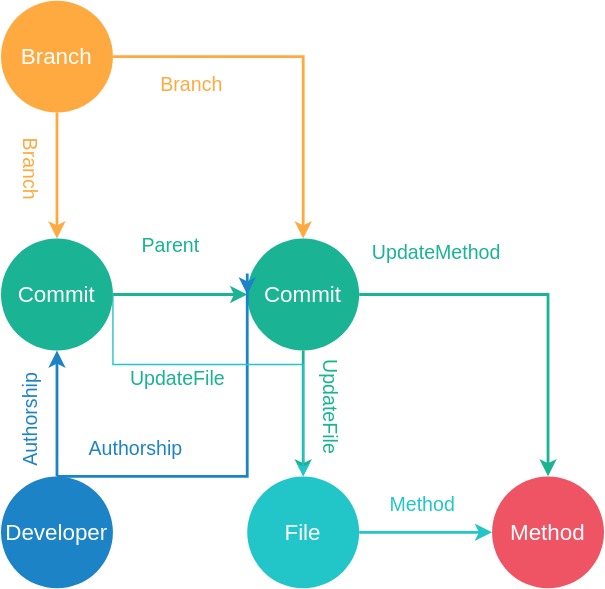
Earlier version of the draw.io export docs/source/GraphRepoDS.svg (xserban/GraphRepo). Source tidied: cells renumbered, new cells last; positions are measured from the earlier drawing's top-left corner, leaving out a move shared by most shapes. The source it was exported from:
```xml
<mxGraphModel>
  <root>
    <mxCell id="0" />
    <mxCell id="1" parent="0" />
    <mxCell id="2" style="edgeStyle=orthogonalEdgeStyle;rounded=0;jettySize=auto;html=1;exitX=1;exitY=0.5;exitDx=0;exitDy=0;strokeWidth=2;fontSize=16;fontColor=#999999;strokeColor=#1AB394;" parent="1" edge="1" source="21" target="13">
      <mxGeometry relative="1" as="geometry" />
    </mxCell>
    <mxCell id="3" style="edgeStyle=orthogonalEdgeStyle;rounded=0;jettySize=auto;html=1;exitX=0.5;exitY=0;exitDx=0;exitDy=0;fontSize=16;fontColor=#FFFFFF;strokeWidth=2;strokeColor=#1C84C6;" parent="1" edge="1" source="4" target="21">
      <mxGeometry relative="1" as="geometry" />
    </mxCell>
    <mxCell id="4" value="Developer" style="ellipse;whiteSpace=wrap;html=1;strokeColor=none;fillColor=#1C84C6;fontSize=16;fontColor=#FFFFFF;" parent="1" vertex="1">
      <mxGeometry x="19" y="340" width="80" height="80" as="geometry" />
    </mxCell>
    <mxCell id="5" style="edgeStyle=orthogonalEdgeStyle;rounded=0;jettySize=auto;html=1;exitX=1;exitY=0.5;exitDx=0;exitDy=0;strokeColor=#23C6C8;strokeWidth=2;" parent="1" edge="1" source="6" target="7">
      <mxGeometry relative="1" as="geometry" />
    </mxCell>
    <mxCell id="6" value="File" style="ellipse;whiteSpace=wrap;html=1;fillColor=#23C6C8;strokeColor=none;fontSize=16;fontColor=#FFFFFF;" parent="1" vertex="1">
      <mxGeometry x="195" y="340" width="80" height="80" as="geometry" />
    </mxCell>
    <mxCell id="7" value="Method" style="ellipse;whiteSpace=wrap;html=1;fillColor=#EE5464;strokeColor=none;fontSize=16;fontColor=#FFFFFF;flipV=1;flipH=0;" parent="1" vertex="1">
      <mxGeometry x="370" y="340" width="80" height="80" as="geometry" />
    </mxCell>
    <mxCell id="8" style="edgeStyle=orthogonalEdgeStyle;rounded=0;jettySize=auto;html=1;fontSize=16;fontColor=#FFFFFF;strokeWidth=2;strokeColor=#FFAA40;" parent="1" edge="1" source="10" target="21">
      <mxGeometry relative="1" as="geometry" />
    </mxCell>
    <mxCell id="9" style="edgeStyle=orthogonalEdgeStyle;rounded=0;jettySize=auto;html=1;exitX=1;exitY=0.5;exitDx=0;exitDy=0;strokeWidth=2;fontSize=16;fontColor=#999999;strokeColor=#FFAA40;" parent="1" edge="1" source="10" target="13">
      <mxGeometry relative="1" as="geometry" />
    </mxCell>
    <mxCell id="10" value="Branch" style="ellipse;whiteSpace=wrap;html=1;fillColor=#FFAA40;strokeColor=none;fontSize=16;fontColor=#FFFFFF;" parent="1" vertex="1">
      <mxGeometry x="19" width="80" height="80" as="geometry" />
    </mxCell>
    <mxCell id="11" style="edgeStyle=orthogonalEdgeStyle;rounded=0;jettySize=auto;html=1;exitX=1;exitY=0.5;exitDx=0;exitDy=0;fontSize=16;fontColor=#FFFFFF;strokeWidth=2;strokeColor=#1AB394;" parent="1" edge="1" source="13" target="7">
      <mxGeometry relative="1" as="geometry" />
    </mxCell>
    <mxCell id="12" style="edgeStyle=orthogonalEdgeStyle;rounded=0;jettySize=auto;html=1;exitX=0.5;exitY=1;exitDx=0;exitDy=0;strokeColor=#1AB394;strokeWidth=2;fontSize=16;fontColor=#999999;" parent="1" edge="1" source="13" target="6">
      <mxGeometry relative="1" as="geometry" />
    </mxCell>
    <mxCell id="13" value="Commit" style="ellipse;whiteSpace=wrap;html=1;strokeColor=none;fillColor=#1AB394;fontSize=16;fontColor=#FFFFFF;flipV=1;flipH=0;" parent="1" vertex="1">
      <mxGeometry x="195" y="170" width="80" height="80" as="geometry" />
    </mxCell>
    <mxCell id="14" value="&lt;font style=&quot;font-size: 14px;&quot;&gt;Authorship&lt;/font&gt;" style="text;html=1;align=center;verticalAlign=middle;points=[];fontSize=14;fontColor=#1C84C6;rotation=-90;" parent="1" vertex="1">
      <mxGeometry y="290" width="80" height="20" as="geometry" />
    </mxCell>
    <mxCell id="15" style="edgeStyle=orthogonalEdgeStyle;rounded=0;jettySize=auto;html=1;entryX=0;entryY=0.5;entryDx=0;entryDy=0;strokeColor=#1C84C6;strokeWidth=2;fontSize=16;fontColor=#999999;exitX=0.5;exitY=0;exitDx=0;exitDy=0;" parent="1" edge="1" source="4" target="13">
      <mxGeometry relative="1" as="geometry">
        <Array as="points">
          <mxPoint x="195" y="340" />
          <mxPoint x="195" y="195" />
        </Array>
      </mxGeometry>
    </mxCell>
    <mxCell id="16" value="&lt;font style=&quot;font-size: 14px;&quot;&gt;Authorship&lt;/font&gt;" style="text;html=1;align=center;verticalAlign=middle;fontSize=14;fontColor=#1C84C6;rotation=0;" parent="1" vertex="1">
      <mxGeometry x="75" y="310" width="80" height="20" as="geometry" />
    </mxCell>
    <mxCell id="17" value="&lt;font style=&quot;font-size: 14px;&quot;&gt;Parent&lt;/font&gt;" style="text;html=1;align=center;verticalAlign=middle;fontSize=14;fontColor=#1AB394;rotation=0;strokeColor=none;" parent="1" vertex="1">
      <mxGeometry x="110" y="165" width="60" height="20" as="geometry" />
    </mxCell>
    <mxCell id="18" value="&lt;font style=&quot;font-size: 14px;&quot;&gt;Branch&lt;/font&gt;" style="text;html=1;align=center;verticalAlign=middle;fontSize=14;fontColor=#FFAA40;rotation=0;" parent="1" vertex="1">
      <mxGeometry x="125" y="50" width="60" height="20" as="geometry" />
    </mxCell>
    <mxCell id="19" value="&lt;font style=&quot;font-size: 14px;&quot;&gt;Branch&lt;/font&gt;" style="text;html=1;align=center;verticalAlign=middle;points=[];fontSize=14;fontColor=#FFAA40;rotation=90;" parent="1" vertex="1">
      <mxGeometry x="10" y="110" width="60" height="20" as="geometry" />
    </mxCell>
    <mxCell id="20" style="edgeStyle=orthogonalEdgeStyle;rounded=0;jettySize=auto;html=1;exitX=1;exitY=0.5;exitDx=0;exitDy=0;startArrow=none;startFill=0;strokeColor=#23C6C8;strokeWidth=1;fontSize=14;" parent="1" edge="1" source="21" target="6">
      <mxGeometry relative="1" as="geometry">
        <Array as="points">
          <mxPoint x="99" y="260" />
          <mxPoint x="235" y="260" />
        </Array>
      </mxGeometry>
    </mxCell>
    <mxCell id="21" value="Commit" style="ellipse;whiteSpace=wrap;html=1;fillColor=#1AB394;strokeColor=none;fontSize=16;fontColor=#FFFFFF;flipV=1;flipH=0;" parent="1" vertex="1">
      <mxGeometry x="19" y="170" width="80" height="80" as="geometry" />
    </mxCell>
    <mxCell id="22" value="UpdateFile" style="text;html=1;align=center;verticalAlign=middle;fontSize=14;fontColor=#1AB394;strokeColor=none;" parent="1" vertex="1">
      <mxGeometry x="105" y="260" width="80" height="20" as="geometry" />
    </mxCell>
    <mxCell id="23" value="UpdateFile" style="text;html=1;align=center;verticalAlign=middle;fontSize=14;fontColor=#1AB394;rotation=90;strokeColor=none;" parent="1" vertex="1">
      <mxGeometry x="215" y="280" width="80" height="20" as="geometry" />
    </mxCell>
    <mxCell id="24" value="UpdateMethod" style="text;html=1;align=center;verticalAlign=middle;fontSize=14;fontColor=#1AB394;strokeColor=none;" parent="1" vertex="1">
      <mxGeometry x="275" y="170" width="110" height="20" as="geometry" />
    </mxCell>
    <mxCell id="25" value="Method" style="text;html=1;align=center;verticalAlign=middle;fontSize=14;fontColor=#23C6C8;rotation=0;" parent="1" vertex="1">
      <mxGeometry x="290" y="350" width="60" height="20" as="geometry" />
    </mxCell>
  </root>
</mxGraphModel>
```
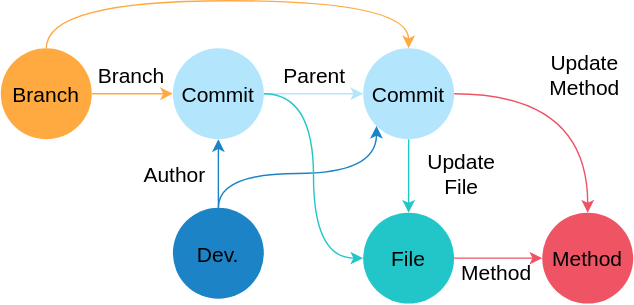
After the commit.

Change to the diagram source:
```diff
@@ -2,87 +2,73 @@
   <root>
     <mxCell id="0" />
     <mxCell id="1" parent="0" />
-    <mxCell id="2" style="edgeStyle=orthogonalEdgeStyle;rounded=0;jettySize=auto;html=1;exitX=1;exitY=0.5;exitDx=0;exitDy=0;strokeWidth=2;fontSize=16;fontColor=#999999;strokeColor=#1AB394;" parent="1" edge="1" source="21" target="13">
+    <mxCell id="2" style="edgeStyle=orthogonalEdgeStyle;rounded=0;jettySize=auto;html=1;exitX=1;exitY=0.5;exitDx=0;exitDy=0;strokeWidth=1;fontSize=15;fontColor=#000000;strokeColor=#B3E5FC;" parent="1" edge="1" source="19" target="14">
       <mxGeometry relative="1" as="geometry" />
     </mxCell>
-    <mxCell id="3" style="edgeStyle=orthogonalEdgeStyle;rounded=0;jettySize=auto;html=1;exitX=0.5;exitY=0;exitDx=0;exitDy=0;fontSize=16;fontColor=#FFFFFF;strokeWidth=2;strokeColor=#1C84C6;" parent="1" edge="1" source="4" target="21">
+    <mxCell id="3" style="edgeStyle=orthogonalEdgeStyle;rounded=0;jettySize=auto;html=1;exitX=0.5;exitY=0;exitDx=0;exitDy=0;fontSize=15;fontColor=#000000;strokeWidth=1;strokeColor=#1C84C6;" parent="1" edge="1" source="5" target="19">
       <mxGeometry relative="1" as="geometry" />
     </mxCell>
-    <mxCell id="4" value="Developer" style="ellipse;whiteSpace=wrap;html=1;strokeColor=none;fillColor=#1C84C6;fontSize=16;fontColor=#FFFFFF;" parent="1" vertex="1">
-      <mxGeometry x="19" y="340" width="80" height="80" as="geometry" />
+    <mxCell id="4" style="edgeStyle=orthogonalEdgeStyle;curved=1;jettySize=auto;html=1;exitX=0.5;exitY=0;exitDx=0;exitDy=0;entryX=0;entryY=1;entryDx=0;entryDy=0;startArrow=none;startFill=0;endArrow=classic;endFill=1;strokeColor=#1C84C6;strokeWidth=1;fontSize=15;fontColor=#000000;" parent="1" edge="1" source="5" target="14">
+      <mxGeometry relative="1" as="geometry" />
     </mxCell>
-    <mxCell id="5" style="edgeStyle=orthogonalEdgeStyle;rounded=0;jettySize=auto;html=1;exitX=1;exitY=0.5;exitDx=0;exitDy=0;strokeColor=#23C6C8;strokeWidth=2;" parent="1" edge="1" source="6" target="7">
-      <mxGeometry relative="1" as="geometry" />
+    <mxCell id="5" value="Dev." style="ellipse;whiteSpace=wrap;html=1;strokeColor=none;fillColor=#1C84C6;fontSize=15;fontColor=#000000;" parent="1" vertex="1">
+      <mxGeometry x="918" y="768" width="65" height="65" as="geometry" />
     </mxCell>
-    <mxCell id="6" value="File" style="ellipse;whiteSpace=wrap;html=1;fillColor=#23C6C8;strokeColor=none;fontSize=16;fontColor=#FFFFFF;" parent="1" vertex="1">
-      <mxGeometry x="195" y="340" width="80" height="80" as="geometry" />
+    <mxCell id="6" style="edgeStyle=orthogonalEdgeStyle;rounded=0;jettySize=auto;html=1;exitX=1;exitY=0.5;exitDx=0;exitDy=0;strokeColor=#EE5464;strokeWidth=1;fontColor=#000000;fontSize=15;" parent="1" edge="1" source="7" target="8">
+      <mxGeometry relative="1" as="geometry" />
     </mxCell>
-    <mxCell id="7" value="Method" style="ellipse;whiteSpace=wrap;html=1;fillColor=#EE5464;strokeColor=none;fontSize=16;fontColor=#FFFFFF;flipV=1;flipH=0;" parent="1" vertex="1">
-      <mxGeometry x="370" y="340" width="80" height="80" as="geometry" />
+    <mxCell id="7" value="File" style="ellipse;whiteSpace=wrap;html=1;fillColor=#23C6C8;strokeColor=none;fontSize=15;fontColor=#000000;" parent="1" vertex="1">
+      <mxGeometry x="1054" y="771.5" width="65" height="65" as="geometry" />
     </mxCell>
-    <mxCell id="8" style="edgeStyle=orthogonalEdgeStyle;rounded=0;jettySize=auto;html=1;fontSize=16;fontColor=#FFFFFF;strokeWidth=2;strokeColor=#FFAA40;" parent="1" edge="1" source="10" target="21">
-      <mxGeometry relative="1" as="geometry" />
+    <mxCell id="8" value="Method" style="ellipse;whiteSpace=wrap;html=1;fillColor=#EE5464;strokeColor=none;fontSize=15;fontColor=#000000;flipV=1;flipH=0;" parent="1" vertex="1">
+      <mxGeometry x="1182" y="771.5" width="65" height="65" as="geometry" />
     </mxCell>
-    <mxCell id="9" style="edgeStyle=orthogonalEdgeStyle;rounded=0;jettySize=auto;html=1;exitX=1;exitY=0.5;exitDx=0;exitDy=0;strokeWidth=2;fontSize=16;fontColor=#999999;strokeColor=#FFAA40;" parent="1" edge="1" source="10" target="13">
+    <mxCell id="9" style="edgeStyle=orthogonalEdgeStyle;rounded=0;jettySize=auto;html=1;fontSize=15;fontColor=#000000;strokeWidth=1;strokeColor=#FFAA40;" parent="1" edge="1" source="11" target="19">
       <mxGeometry relative="1" as="geometry" />
     </mxCell>
-    <mxCell id="10" value="Branch" style="ellipse;whiteSpace=wrap;html=1;fillColor=#FFAA40;strokeColor=none;fontSize=16;fontColor=#FFFFFF;" parent="1" vertex="1">
-      <mxGeometry x="19" width="80" height="80" as="geometry" />
+    <mxCell id="10" style="edgeStyle=orthogonalEdgeStyle;curved=1;jettySize=auto;html=1;exitX=0.5;exitY=0;exitDx=0;exitDy=0;entryX=0.5;entryY=0;entryDx=0;entryDy=0;startArrow=none;startFill=0;endArrow=classic;endFill=1;strokeColor=#FFAA40;strokeWidth=1;fontSize=15;fontColor=#000000;" parent="1" edge="1" source="11" target="14">
+      <mxGeometry relative="1" as="geometry">
+        <Array as="points">
+          <mxPoint x="828" y="620" />
+          <mxPoint x="1087" y="620" />
+        </Array>
+      </mxGeometry>
     </mxCell>
-    <mxCell id="11" style="edgeStyle=orthogonalEdgeStyle;rounded=0;jettySize=auto;html=1;exitX=1;exitY=0.5;exitDx=0;exitDy=0;fontSize=16;fontColor=#FFFFFF;strokeWidth=2;strokeColor=#1AB394;" parent="1" edge="1" source="13" target="7">
-      <mxGeometry relative="1" as="geometry" />
+    <mxCell id="11" value="Branch" style="ellipse;whiteSpace=wrap;html=1;fillColor=#FFAA40;strokeColor=none;fontSize=15;fontColor=#000000;" parent="1" vertex="1">
+      <mxGeometry x="795" y="654" width="65" height="65" as="geometry" />
     </mxCell>
-    <mxCell id="12" style="edgeStyle=orthogonalEdgeStyle;rounded=0;jettySize=auto;html=1;exitX=0.5;exitY=1;exitDx=0;exitDy=0;strokeColor=#1AB394;strokeWidth=2;fontSize=16;fontColor=#999999;" parent="1" edge="1" source="13" target="6">
+    <mxCell id="12" style="edgeStyle=orthogonalEdgeStyle;rounded=0;jettySize=auto;html=1;exitX=0.5;exitY=1;exitDx=0;exitDy=0;strokeColor=#23C6C8;strokeWidth=1;fontSize=15;fontColor=#000000;" parent="1" edge="1" source="14" target="7">
       <mxGeometry relative="1" as="geometry" />
     </mxCell>
-    <mxCell id="13" value="Commit" style="ellipse;whiteSpace=wrap;html=1;strokeColor=none;fillColor=#1AB394;fontSize=16;fontColor=#FFFFFF;flipV=1;flipH=0;" parent="1" vertex="1">
-      <mxGeometry x="195" y="170" width="80" height="80" as="geometry" />
+    <mxCell id="13" style="edgeStyle=orthogonalEdgeStyle;curved=1;jettySize=auto;html=1;exitX=1;exitY=0.5;exitDx=0;exitDy=0;startArrow=none;startFill=0;endArrow=classic;endFill=1;strokeColor=#EE5464;strokeWidth=1;fontSize=15;fontColor=#000000;" parent="1" edge="1" source="14" target="8">
+      <mxGeometry relative="1" as="geometry" />
     </mxCell>
-    <mxCell id="14" value="&lt;font style=&quot;font-size: 14px;&quot;&gt;Authorship&lt;/font&gt;" style="text;html=1;align=center;verticalAlign=middle;points=[];fontSize=14;fontColor=#1C84C6;rotation=-90;" parent="1" vertex="1">
-      <mxGeometry y="290" width="80" height="20" as="geometry" />
+    <mxCell id="14" value="Commit" style="ellipse;whiteSpace=wrap;html=1;strokeColor=none;fillColor=#B3E5FC;fontSize=15;fontColor=#000000;flipV=1;flipH=0;" parent="1" vertex="1">
+      <mxGeometry x="1054" y="654" width="65" height="65" as="geometry" />
     </mxCell>
-    <mxCell id="15" style="edgeStyle=orthogonalEdgeStyle;rounded=0;jettySize=auto;html=1;entryX=0;entryY=0.5;entryDx=0;entryDy=0;strokeColor=#1C84C6;strokeWidth=2;fontSize=16;fontColor=#999999;exitX=0.5;exitY=0;exitDx=0;exitDy=0;" parent="1" edge="1" source="4" target="13">
-      <mxGeometry relative="1" as="geometry">
-        <Array as="points">
-          <mxPoint x="195" y="340" />
-          <mxPoint x="195" y="195" />
-        </Array>
-      </mxGeometry>
+    <mxCell id="15" value="&lt;font style=&quot;font-size: 15px;&quot;&gt;Author&lt;br style=&quot;font-size: 15px;&quot;&gt;&lt;/font&gt;" style="text;html=1;align=center;verticalAlign=middle;fontSize=15;fontColor=#000000;rotation=0;" parent="1" vertex="1">
+      <mxGeometry x="889" y="734" width="60" height="20" as="geometry" />
     </mxCell>
-    <mxCell id="16" value="&lt;font style=&quot;font-size: 14px;&quot;&gt;Authorship&lt;/font&gt;" style="text;html=1;align=center;verticalAlign=middle;fontSize=14;fontColor=#1C84C6;rotation=0;" parent="1" vertex="1">
-      <mxGeometry x="75" y="310" width="80" height="20" as="geometry" />
+    <mxCell id="16" value="&lt;font style=&quot;font-size: 15px;&quot;&gt;Parent&lt;/font&gt;" style="text;html=1;align=center;verticalAlign=middle;fontSize=15;fontColor=#000000;rotation=0;strokeColor=none;" parent="1" vertex="1">
+      <mxGeometry x="989" y="663" width="60" height="20" as="geometry" />
     </mxCell>
-    <mxCell id="17" value="&lt;font style=&quot;font-size: 14px;&quot;&gt;Parent&lt;/font&gt;" style="text;html=1;align=center;verticalAlign=middle;fontSize=14;fontColor=#1AB394;rotation=0;strokeColor=none;" parent="1" vertex="1">
-      <mxGeometry x="110" y="165" width="60" height="20" as="geometry" />
+    <mxCell id="17" value="&lt;font style=&quot;font-size: 15px;&quot;&gt;Branch&lt;/font&gt;" style="text;html=1;align=center;verticalAlign=middle;fontSize=15;fontColor=#000000;rotation=0;" parent="1" vertex="1">
+      <mxGeometry x="858" y="663" width="60" height="20" as="geometry" />
     </mxCell>
-    <mxCell id="18" value="&lt;font style=&quot;font-size: 14px;&quot;&gt;Branch&lt;/font&gt;" style="text;html=1;align=center;verticalAlign=middle;fontSize=14;fontColor=#FFAA40;rotation=0;" parent="1" vertex="1">
-      <mxGeometry x="125" y="50" width="60" height="20" as="geometry" />
+    <mxCell id="18" style="edgeStyle=orthogonalEdgeStyle;curved=1;jettySize=auto;html=1;exitX=1;exitY=0.5;exitDx=0;exitDy=0;entryX=0;entryY=0.5;entryDx=0;entryDy=0;startArrow=none;startFill=0;endArrow=classic;endFill=1;strokeColor=#23C6C8;strokeWidth=1;fontSize=15;fontColor=#000000;" parent="1" edge="1" source="19" target="7">
+      <mxGeometry relative="1" as="geometry" />
     </mxCell>
-    <mxCell id="19" value="&lt;font style=&quot;font-size: 14px;&quot;&gt;Branch&lt;/font&gt;" style="text;html=1;align=center;verticalAlign=middle;points=[];fontSize=14;fontColor=#FFAA40;rotation=90;" parent="1" vertex="1">
-      <mxGeometry x="10" y="110" width="60" height="20" as="geometry" />
+    <mxCell id="19" value="Commit" style="ellipse;whiteSpace=wrap;html=1;fillColor=#B3E5FC;strokeColor=none;fontSize=15;fontColor=#000000;flipV=1;flipH=0;" parent="1" vertex="1">
+      <mxGeometry x="918" y="654" width="65" height="65" as="geometry" />
     </mxCell>
-    <mxCell id="20" style="edgeStyle=orthogonalEdgeStyle;rounded=0;jettySize=auto;html=1;exitX=1;exitY=0.5;exitDx=0;exitDy=0;startArrow=none;startFill=0;strokeColor=#23C6C8;strokeWidth=1;fontSize=14;" parent="1" edge="1" source="21" target="6">
-      <mxGeometry relative="1" as="geometry">
-        <Array as="points">
-          <mxPoint x="99" y="260" />
-          <mxPoint x="235" y="260" />
-        </Array>
-      </mxGeometry>
+    <mxCell id="20" value="Update&lt;br&gt;File" style="text;html=1;align=center;verticalAlign=middle;fontSize=15;fontColor=#000000;rotation=0;strokeColor=none;" parent="1" vertex="1">
+      <mxGeometry x="1094" y="724" width="60" height="40" as="geometry" />
     </mxCell>
-    <mxCell id="21" value="Commit" style="ellipse;whiteSpace=wrap;html=1;fillColor=#1AB394;strokeColor=none;fontSize=16;fontColor=#FFFFFF;flipV=1;flipH=0;" parent="1" vertex="1">
-      <mxGeometry x="19" y="170" width="80" height="80" as="geometry" />
+    <mxCell id="21" value="Update&lt;br&gt;Method" style="text;html=1;align=center;verticalAlign=middle;points=[];fontSize=15;fontColor=#000000;strokeColor=none;" parent="1" vertex="1">
+      <mxGeometry x="1177" y="653" width="70" height="40" as="geometry" />
     </mxCell>
-    <mxCell id="22" value="UpdateFile" style="text;html=1;align=center;verticalAlign=middle;fontSize=14;fontColor=#1AB394;strokeColor=none;" parent="1" vertex="1">
-      <mxGeometry x="105" y="260" width="80" height="20" as="geometry" />
+    <mxCell id="22" value="Method" style="text;html=1;align=center;verticalAlign=middle;fontSize=15;fontColor=#000000;rotation=0;" parent="1" vertex="1">
+      <mxGeometry x="1114" y="804" width="70" height="20" as="geometry" />
     </mxCell>
-    <mxCell id="23" value="UpdateFile" style="text;html=1;align=center;verticalAlign=middle;fontSize=14;fontColor=#1AB394;rotation=90;strokeColor=none;" parent="1" vertex="1">
-      <mxGeometry x="215" y="280" width="80" height="20" as="geometry" />
-    </mxCell>
-    <mxCell id="24" value="UpdateMethod" style="text;html=1;align=center;verticalAlign=middle;fontSize=14;fontColor=#1AB394;strokeColor=none;" parent="1" vertex="1">
-      <mxGeometry x="275" y="170" width="110" height="20" as="geometry" />
-    </mxCell>
-    <mxCell id="25" value="Method" style="text;html=1;align=center;verticalAlign=middle;fontSize=14;fontColor=#23C6C8;rotation=0;" parent="1" vertex="1">
-      <mxGeometry x="290" y="350" width="60" height="20" as="geometry" />
-    </mxCell>
   </root>
 </mxGraphModel>
```
